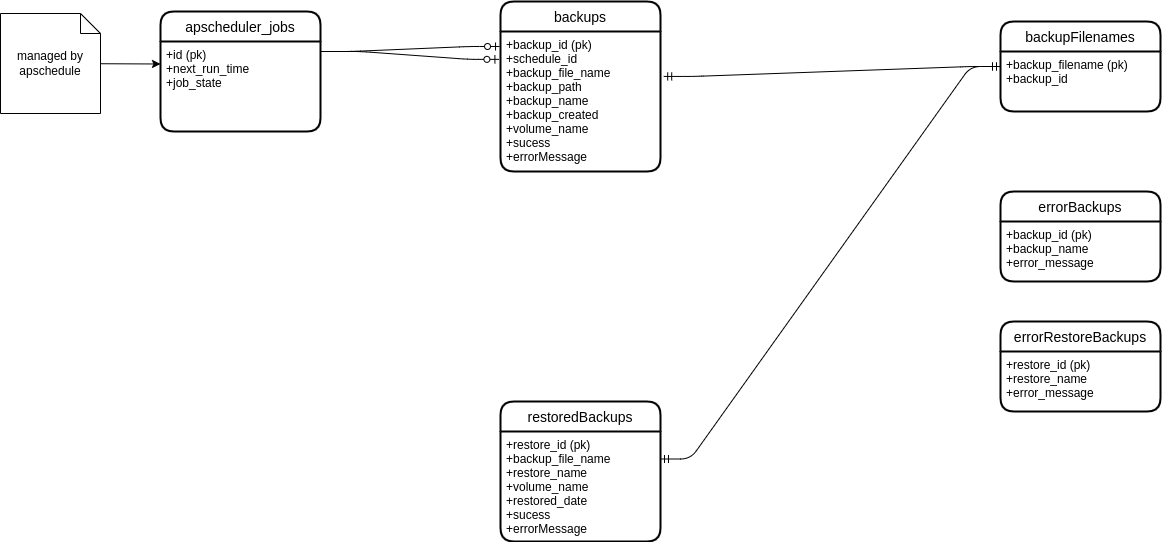
Before: docs/diagrams/db-relational.drawio.png, a diagram exported from draw.io (mrllama123/docker-homelab-manager). Source tidied: cells renumbered, new cells last; positions are measured from the earlier drawing's top-left corner, leaving out a move shared by most shapes.
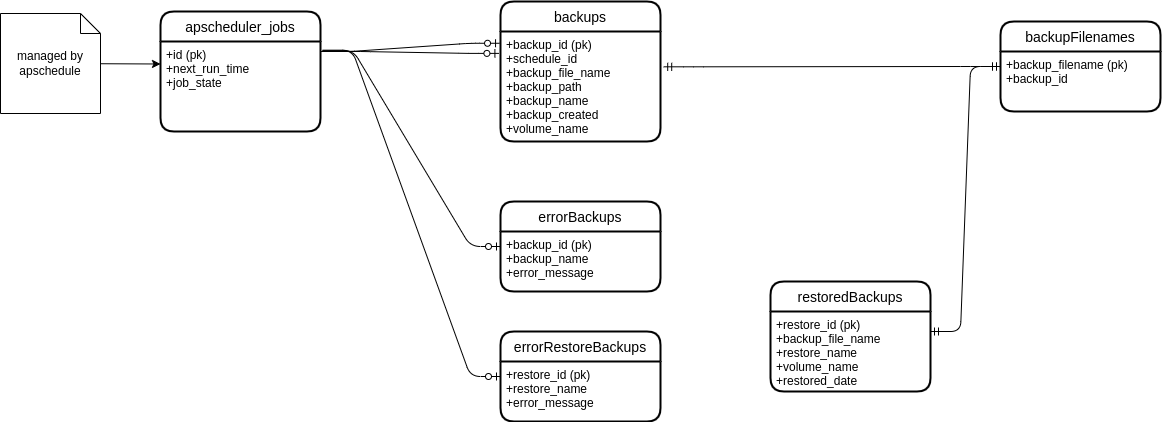
Later version of the same file.

Diff of the diagram source:
```diff
@@ -3,16 +3,16 @@
     <mxCell id="0" />
     <mxCell id="1" parent="0" />
     <mxCell id="2" value="backups" style="swimlane;horizontal=1;startSize=30;rounded=1;fontSize=14;fontStyle=0;strokeWidth=2;shadow=0;dashed=0;align=center;" parent="1" vertex="1">
-      <mxGeometry x="500" width="160" height="170" as="geometry" />
+      <mxGeometry x="500" width="160" height="140" as="geometry" />
     </mxCell>
-    <mxCell id="3" value="+backup_id (pk)&#10;+schedule_id&#10;+backup_file_name&#10;+backup_path&#10;+backup_name&#10;+backup_created&#10;+volume_name&#10;+sucess&#10;+errorMessage" style="align=left;strokeColor=none;fillColor=none;spacingLeft=4;fontSize=12;verticalAlign=top;" parent="2" vertex="1">
-      <mxGeometry y="30" width="160" height="140" as="geometry" />
+    <mxCell id="3" value="+backup_id (pk)&#10;+schedule_id&#10;+backup_file_name&#10;+backup_path&#10;+backup_name&#10;+backup_created&#10;+volume_name" style="align=left;strokeColor=none;fillColor=none;spacingLeft=4;fontSize=12;verticalAlign=top;" parent="2" vertex="1">
+      <mxGeometry y="30" width="160" height="110" as="geometry" />
     </mxCell>
     <mxCell id="4" value="restoredBackups" style="swimlane;horizontal=1;startSize=30;rounded=1;fontSize=14;fontStyle=0;strokeWidth=2;shadow=0;dashed=0;align=center;" parent="1" vertex="1">
-      <mxGeometry x="500" y="400" width="160" height="140" as="geometry" />
+      <mxGeometry x="770" y="280" width="160" height="110" as="geometry" />
     </mxCell>
-    <mxCell id="5" value="+restore_id (pk)&#10;+backup_file_name&#10;+restore_name&#10;+volume_name&#10;+restored_date&#10;+sucess&#10;+errorMessage" style="align=left;strokeColor=none;fillColor=none;spacingLeft=4;fontSize=12;verticalAlign=top;" parent="4" vertex="1">
-      <mxGeometry y="30" width="160" height="110" as="geometry" />
+    <mxCell id="5" value="+restore_id (pk)&#10;+backup_file_name&#10;+restore_name&#10;+volume_name&#10;+restored_date&#10;" style="align=left;strokeColor=none;fillColor=none;spacingLeft=4;fontSize=12;verticalAlign=top;" parent="4" vertex="1">
+      <mxGeometry y="30" width="160" height="80" as="geometry" />
     </mxCell>
     <mxCell id="6" value="backupFilenames" style="swimlane;horizontal=1;startSize=30;rounded=1;fontSize=14;fontStyle=0;strokeWidth=2;shadow=0;dashed=0;align=center;" parent="1" vertex="1">
       <mxGeometry x="1000" y="20" width="160" height="90" as="geometry" />
@@ -29,13 +29,13 @@
       <mxGeometry relative="1" as="geometry" />
     </mxCell>
     <mxCell id="10" value="errorBackups" style="swimlane;horizontal=1;startSize=30;rounded=1;fontSize=14;fontStyle=0;strokeWidth=2;shadow=0;dashed=0;align=center;" parent="1" vertex="1">
-      <mxGeometry x="1000" y="190" width="160" height="90" as="geometry" />
+      <mxGeometry x="500" y="200" width="160" height="90" as="geometry" />
     </mxCell>
     <mxCell id="11" value="+backup_id (pk)&#10;+backup_name&#10;+error_message" style="align=left;strokeColor=none;fillColor=none;spacingLeft=4;fontSize=12;verticalAlign=top;" parent="10" vertex="1">
       <mxGeometry y="30" width="160" height="60" as="geometry" />
     </mxCell>
     <mxCell id="12" value="errorRestoreBackups" style="swimlane;horizontal=1;startSize=30;rounded=1;fontSize=14;fontStyle=0;strokeWidth=2;shadow=0;dashed=0;align=center;" parent="1" vertex="1">
-      <mxGeometry x="1000" y="320" width="160" height="90" as="geometry" />
+      <mxGeometry x="500" y="330" width="160" height="90" as="geometry" />
     </mxCell>
     <mxCell id="13" value="+restore_id (pk)&#10;+restore_name&#10;+error_message" style="align=left;strokeColor=none;fillColor=none;spacingLeft=4;fontSize=12;verticalAlign=top;" parent="12" vertex="1">
       <mxGeometry y="30" width="160" height="60" as="geometry" />
@@ -62,5 +62,11 @@
         <mxPoint x="330" y="50" as="sourcePoint" />
       </mxGeometry>
     </mxCell>
+    <mxCell id="20" style="edgeStyle=entityRelationEdgeStyle;fontSize=12;html=1;endArrow=ERzeroToOne;endFill=1;entryX=0;entryY=0.25;entryDx=0;entryDy=0;exitX=1.016;exitY=0.098;exitDx=0;exitDy=0;exitPerimeter=0;" parent="1" edge="1" source="15" target="11">
+      <mxGeometry relative="1" as="geometry" />
+    </mxCell>
+    <mxCell id="21" style="edgeStyle=entityRelationEdgeStyle;fontSize=12;html=1;endArrow=ERzeroToOne;endFill=1;entryX=0;entryY=0.25;entryDx=0;entryDy=0;exitX=1.011;exitY=0.098;exitDx=0;exitDy=0;exitPerimeter=0;" parent="1" edge="1" source="15" target="13">
+      <mxGeometry relative="1" as="geometry" />
+    </mxCell>
   </root>
 </mxGraphModel>
```
